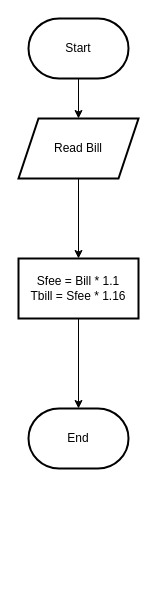
This is page "40" (12 of 22) of Untitled Diagram.drawio from mrabokhalil/Practice, a draw.io file, before an edit. Source tidied: cells renumbered, new cells numbered last; positions are measured from the earlier drawing's top-left corner, leaving out a move shared by most shapes. Both pictures are drawn from the tidied source at 100%, with x=0, y=0 at pixel (18, 18).
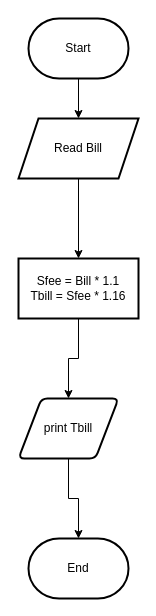
The same page after the edit.

Diff of the diagram source:
```diff
@@
 <mxGraphModel>
   <root>
     <mxCell id="0" />
     <mxCell id="1" parent="0" />
     <mxCell id="2" style="edgeStyle=orthogonalEdgeStyle;rounded=0;jettySize=auto;html=1;" parent="1" edge="1" source="3" target="5">
       <mxGeometry relative="1" as="geometry" />
     </mxCell>
     <mxCell id="3" value="Start" style="strokeWidth=2;html=1;shape=mxgraph.flowchart.terminator;whiteSpace=wrap;" parent="1" vertex="1">
       <mxGeometry x="10" width="100" height="60" as="geometry" />
     </mxCell>
     <mxCell id="4" style="edgeStyle=orthogonalEdgeStyle;rounded=0;jettySize=auto;html=1;" parent="1" edge="1" source="5" target="7">
       <mxGeometry relative="1" as="geometry" />
     </mxCell>
     <mxCell id="5" value="Read Bill" style="shape=parallelogram;perimeter=parallelogramPerimeter;whiteSpace=wrap;html=1;fixedSize=1;strokeWidth=2;" parent="1" vertex="1">
       <mxGeometry y="100" width="120" height="60" as="geometry" />
     </mxCell>
-    <mxCell id="6" style="edgeStyle=orthogonalEdgeStyle;rounded=0;jettySize=auto;html=1;" parent="1" edge="1" source="7" target="8">
-      <mxGeometry relative="1" as="geometry" />
-    </mxCell>
+    <mxCell id="9" style="edgeStyle=orthogonalEdgeStyle;rounded=0;jettySize=auto;html=1;" parent="1" edge="1" source="7" target="11">
+      <mxGeometry relative="1" as="geometry" />
+    </mxCell>
     <mxCell id="7" value="Sfee = Bill * 1.1&lt;div&gt;Tbill = Sfee * 1.16&lt;/div&gt;" style="whiteSpace=wrap;html=1;strokeWidth=2;" parent="1" vertex="1">
       <mxGeometry y="240" width="120" height="60" as="geometry" />
     </mxCell>
     <mxCell id="8" value="End" style="strokeWidth=2;html=1;shape=mxgraph.flowchart.terminator;whiteSpace=wrap;" parent="1" vertex="1">
-      <mxGeometry x="10" y="390" width="100" height="60" as="geometry" />
+      <mxGeometry x="10" y="520" width="100" height="60" as="geometry" />
     </mxCell>
+    <mxCell id="10" style="edgeStyle=orthogonalEdgeStyle;rounded=0;jettySize=auto;html=1;" parent="1" edge="1" source="11" target="8">
+      <mxGeometry relative="1" as="geometry" />
+    </mxCell>
+    <mxCell id="11" value="print Tbill" style="shape=parallelogram;html=1;strokeWidth=2;perimeter=parallelogramPerimeter;whiteSpace=wrap;rounded=1;arcSize=12;size=0.23;" parent="1" vertex="1">
+      <mxGeometry y="380" width="100" height="60" as="geometry" />
+    </mxCell>
   </root>
 </mxGraphModel>
```
